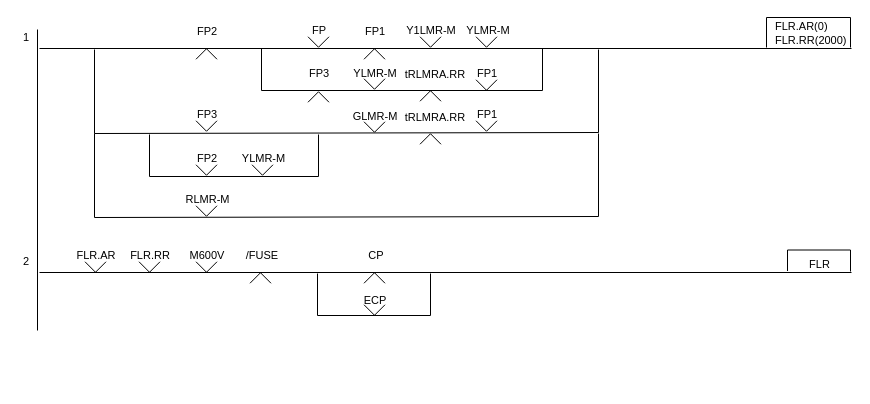
Before: page "고장정보로직" (5 of 5) of Signal/2Display-Signal-Control-Logic.drawio in chillin2/MyDraw.io, a draw.io diagram. Source tidied: cells renumbered, new cells numbered last; positions are measured from the earlier drawing's top-left corner, leaving out a move shared by most shapes. Both pictures are drawn from the tidied source at 100%, with x=0, y=0 at pixel (17, 17).
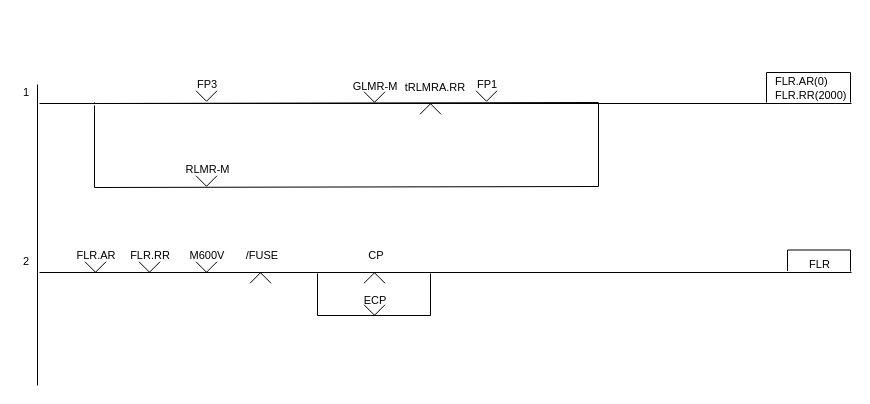
The same diagram, later.

Change to the diagram source:
```diff
@@
     <mxCell id="2" style="endArrow=none;html=1;rounded=0;" parent="1" edge="1">
       <mxGeometry relative="1" as="geometry">
-        <mxPoint x="20" y="313" as="sourcePoint" />
-        <mxPoint x="20" y="12" as="targetPoint" />
+        <mxPoint x="20" y="368" as="sourcePoint" />
+        <mxPoint x="20" y="67" as="targetPoint" />
       </mxGeometry>
     </mxCell>
     <mxCell id="3" style="endArrow=none;html=1;rounded=0;" parent="1" edge="1">
       <mxGeometry relative="1" as="geometry">
-        <mxPoint x="22" y="31" as="sourcePoint" />
-        <mxPoint x="834" y="31" as="targetPoint" />
+        <mxPoint x="22" y="86" as="sourcePoint" />
+        <mxPoint x="834" y="86" as="targetPoint" />
       </mxGeometry>
     </mxCell>
-    <mxCell id="4" value="FP2" style="text;html=1;strokeColor=none;fillColor=none;align=center;verticalAlign=middle;whiteSpace=wrap;rounded=0;fontFamily=Helvetica;fontSize=11;fontColor=default;" parent="1" vertex="1">
-      <mxGeometry x="170" y="6" width="40" height="15" as="geometry" />
-    </mxCell>
     <mxCell id="5" value="FLR.AR(0)&lt;br&gt;FLR.RR(2000)" style="text;html=1;strokeColor=none;fillColor=none;align=left;verticalAlign=middle;whiteSpace=wrap;rounded=0;fontFamily=Helvetica;fontSize=11;fontColor=default;" parent="1" vertex="1">
-      <mxGeometry x="756" y="9" width="77" height="13" as="geometry" />
+      <mxGeometry x="756" y="64" width="77" height="13" as="geometry" />
     </mxCell>
     <mxCell id="6" style="endArrow=none;html=1;rounded=0;labelBackgroundColor=default;fontFamily=Helvetica;fontSize=11;fontColor=default;startSize=3;endSize=3;sourcePerimeterSpacing=0;strokeColor=default;shape=connector;jumpStyle=none;jumpSize=6;" parent="1" edge="1">
       <mxGeometry relative="1" as="geometry">
-        <mxPoint x="749" y="30" as="sourcePoint" />
-        <mxPoint x="833" y="30" as="targetPoint" />
+        <mxPoint x="749" y="85" as="sourcePoint" />
+        <mxPoint x="833" y="85" as="targetPoint" />
         <Array as="points">
-          <mxPoint x="749" />
-          <mxPoint x="833" />
+          <mxPoint x="749" y="55" />
+          <mxPoint x="833" y="55" />
         </Array>
       </mxGeometry>
     </mxCell>
-    <mxCell id="7" style="verticalLabelPosition=bottom;html=1;verticalAlign=top;align=center;shape=mxgraph.floorplan.windowBow;strokeWidth=1;fontSize=11;direction=west;" parent="1" vertex="1">
-      <mxGeometry x="178.5" y="31" width="21" height="11" as="geometry" />
-    </mxCell>
     <mxCell id="8" value="1" style="text;html=1;strokeColor=none;fillColor=none;align=center;verticalAlign=middle;whiteSpace=wrap;rounded=0;fontFamily=Helvetica;fontSize=11;fontColor=default;" parent="1" vertex="1">
-      <mxGeometry y="12" width="18" height="16" as="geometry" />
+      <mxGeometry y="67" width="18" height="16" as="geometry" />
     </mxCell>
-    <mxCell id="9" style="endArrow=none;html=1;rounded=0;" parent="1" edge="1">
-      <mxGeometry relative="1" as="geometry">
-        <mxPoint x="244" y="31" as="sourcePoint" />
-        <mxPoint x="525" y="31" as="targetPoint" />
-        <Array as="points">
-          <mxPoint x="244" y="73" />
-          <mxPoint x="525" y="73" />
-        </Array>
-      </mxGeometry>
-    </mxCell>
-    <mxCell id="10" value="FP" style="text;html=1;strokeColor=none;fillColor=none;align=center;verticalAlign=middle;whiteSpace=wrap;rounded=0;fontFamily=Helvetica;fontSize=11;fontColor=default;" parent="1" vertex="1">
-      <mxGeometry x="282" y="5" width="40" height="15" as="geometry" />
-    </mxCell>
-    <mxCell id="11" style="verticalLabelPosition=bottom;html=1;verticalAlign=top;align=center;shape=mxgraph.floorplan.windowBow;strokeWidth=1;fontSize=11;" parent="1" vertex="1">
-      <mxGeometry x="290.5" y="19" width="21" height="11" as="geometry" />
-    </mxCell>
-    <mxCell id="12" value="FP1" style="text;html=1;strokeColor=none;fillColor=none;align=center;verticalAlign=middle;whiteSpace=wrap;rounded=0;fontFamily=Helvetica;fontSize=11;fontColor=default;" parent="1" vertex="1">
-      <mxGeometry x="338" y="6" width="40" height="15" as="geometry" />
-    </mxCell>
-    <mxCell id="13" style="verticalLabelPosition=bottom;html=1;verticalAlign=top;align=center;shape=mxgraph.floorplan.windowBow;strokeWidth=1;fontSize=11;direction=west;" parent="1" vertex="1">
-      <mxGeometry x="346.5" y="31" width="21" height="11" as="geometry" />
-    </mxCell>
-    <mxCell id="14" value="Y1LMR-M" style="text;html=1;strokeColor=none;fillColor=none;align=center;verticalAlign=middle;whiteSpace=wrap;rounded=0;fontFamily=Helvetica;fontSize=11;fontColor=default;" parent="1" vertex="1">
-      <mxGeometry x="387" y="5" width="54" height="15" as="geometry" />
-    </mxCell>
-    <mxCell id="15" style="verticalLabelPosition=bottom;html=1;verticalAlign=top;align=center;shape=mxgraph.floorplan.windowBow;strokeWidth=1;fontSize=11;" parent="1" vertex="1">
-      <mxGeometry x="402.5" y="19" width="21" height="11" as="geometry" />
-    </mxCell>
-    <mxCell id="16" value="YLMR-M" style="text;html=1;strokeColor=none;fillColor=none;align=center;verticalAlign=middle;whiteSpace=wrap;rounded=0;fontFamily=Helvetica;fontSize=11;fontColor=default;" parent="1" vertex="1">
-      <mxGeometry x="444" y="5" width="54" height="15" as="geometry" />
-    </mxCell>
-    <mxCell id="17" style="verticalLabelPosition=bottom;html=1;verticalAlign=top;align=center;shape=mxgraph.floorplan.windowBow;strokeWidth=1;fontSize=11;" parent="1" vertex="1">
-      <mxGeometry x="458.5" y="19" width="21" height="11" as="geometry" />
-    </mxCell>
-    <mxCell id="18" value="FP3" style="text;html=1;strokeColor=none;fillColor=none;align=center;verticalAlign=middle;whiteSpace=wrap;rounded=0;fontFamily=Helvetica;fontSize=11;fontColor=default;" parent="1" vertex="1">
-      <mxGeometry x="282" y="48" width="40" height="15" as="geometry" />
-    </mxCell>
-    <mxCell id="19" style="verticalLabelPosition=bottom;html=1;verticalAlign=top;align=center;shape=mxgraph.floorplan.windowBow;strokeWidth=1;fontSize=11;direction=west;" parent="1" vertex="1">
-      <mxGeometry x="290.5" y="74" width="21" height="11" as="geometry" />
-    </mxCell>
-    <mxCell id="20" value="YLMR-M" style="text;html=1;strokeColor=none;fillColor=none;align=center;verticalAlign=middle;whiteSpace=wrap;rounded=0;fontFamily=Helvetica;fontSize=11;fontColor=default;" parent="1" vertex="1">
-      <mxGeometry x="331" y="48" width="54" height="15" as="geometry" />
-    </mxCell>
-    <mxCell id="21" style="verticalLabelPosition=bottom;html=1;verticalAlign=top;align=center;shape=mxgraph.floorplan.windowBow;strokeWidth=1;fontSize=11;" parent="1" vertex="1">
-      <mxGeometry x="346.5" y="61" width="21" height="11" as="geometry" />
-    </mxCell>
-    <mxCell id="22" value="tRLMRA.RR" style="text;html=1;strokeColor=none;fillColor=none;align=center;verticalAlign=middle;whiteSpace=wrap;rounded=0;fontFamily=Helvetica;fontSize=11;fontColor=default;" parent="1" vertex="1">
-      <mxGeometry x="398" y="49" width="40" height="15" as="geometry" />
-    </mxCell>
-    <mxCell id="23" style="verticalLabelPosition=bottom;html=1;verticalAlign=top;align=center;shape=mxgraph.floorplan.windowBow;strokeWidth=1;fontSize=11;direction=west;" parent="1" vertex="1">
-      <mxGeometry x="402.5" y="73" width="21" height="11" as="geometry" />
-    </mxCell>
-    <mxCell id="24" value="FP1" style="text;html=1;strokeColor=none;fillColor=none;align=center;verticalAlign=middle;whiteSpace=wrap;rounded=0;fontFamily=Helvetica;fontSize=11;fontColor=default;" parent="1" vertex="1">
-      <mxGeometry x="450" y="48" width="40" height="15" as="geometry" />
-    </mxCell>
-    <mxCell id="25" style="verticalLabelPosition=bottom;html=1;verticalAlign=top;align=center;shape=mxgraph.floorplan.windowBow;strokeWidth=1;fontSize=11;" parent="1" vertex="1">
-      <mxGeometry x="458.5" y="62" width="21" height="11" as="geometry" />
-    </mxCell>
     <mxCell id="26" style="endArrow=none;html=1;rounded=0;" parent="1" edge="1">
       <mxGeometry relative="1" as="geometry">
-        <mxPoint x="77" y="32" as="sourcePoint" />
-        <mxPoint x="581" y="32" as="targetPoint" />
+        <mxPoint x="77" y="85" as="sourcePoint" />
+        <mxPoint x="581" y="85" as="targetPoint" />
         <Array as="points">
-          <mxPoint x="77" y="116" />
-          <mxPoint x="581" y="115" />
+          <mxPoint x="77" y="86" />
+          <mxPoint x="581" y="85" />
         </Array>
       </mxGeometry>
     </mxCell>
     <mxCell id="27" value="FP3" style="text;html=1;strokeColor=none;fillColor=none;align=center;verticalAlign=middle;whiteSpace=wrap;rounded=0;fontFamily=Helvetica;fontSize=11;fontColor=default;" parent="1" vertex="1">
-      <mxGeometry x="170" y="89" width="40" height="15" as="geometry" />
+      <mxGeometry x="170" y="59" width="40" height="15" as="geometry" />
     </mxCell>
     <mxCell id="28" style="verticalLabelPosition=bottom;html=1;verticalAlign=top;align=center;shape=mxgraph.floorplan.windowBow;strokeWidth=1;fontSize=11;" parent="1" vertex="1">
-      <mxGeometry x="178.5" y="103" width="21" height="11" as="geometry" />
+      <mxGeometry x="178.5" y="73" width="21" height="11" as="geometry" />
     </mxCell>
     <mxCell id="29" value="GLMR-M" style="text;html=1;strokeColor=none;fillColor=none;align=center;verticalAlign=middle;whiteSpace=wrap;rounded=0;fontFamily=Helvetica;fontSize=11;fontColor=default;" parent="1" vertex="1">
-      <mxGeometry x="331" y="91" width="54" height="15" as="geometry" />
+      <mxGeometry x="331" y="61" width="54" height="15" as="geometry" />
     </mxCell>
     <mxCell id="30" style="verticalLabelPosition=bottom;html=1;verticalAlign=top;align=center;shape=mxgraph.floorplan.windowBow;strokeWidth=1;fontSize=11;" parent="1" vertex="1">
-      <mxGeometry x="346.5" y="104" width="21" height="11" as="geometry" />
+      <mxGeometry x="346.5" y="74" width="21" height="11" as="geometry" />
     </mxCell>
     <mxCell id="31" value="tRLMRA.RR" style="text;html=1;strokeColor=none;fillColor=none;align=center;verticalAlign=middle;whiteSpace=wrap;rounded=0;fontFamily=Helvetica;fontSize=11;fontColor=default;" parent="1" vertex="1">
-      <mxGeometry x="398" y="92" width="40" height="15" as="geometry" />
+      <mxGeometry x="398" y="62" width="40" height="15" as="geometry" />
     </mxCell>
     <mxCell id="32" style="verticalLabelPosition=bottom;html=1;verticalAlign=top;align=center;shape=mxgraph.floorplan.windowBow;strokeWidth=1;fontSize=11;direction=west;" parent="1" vertex="1">
-      <mxGeometry x="402.5" y="116" width="21" height="11" as="geometry" />
+      <mxGeometry x="402.5" y="86" width="21" height="11" as="geometry" />
     </mxCell>
     <mxCell id="33" value="FP1" style="text;html=1;strokeColor=none;fillColor=none;align=center;verticalAlign=middle;whiteSpace=wrap;rounded=0;fontFamily=Helvetica;fontSize=11;fontColor=default;" parent="1" vertex="1">
-      <mxGeometry x="450" y="89" width="40" height="15" as="geometry" />
+      <mxGeometry x="450" y="59" width="40" height="15" as="geometry" />
     </mxCell>
     <mxCell id="34" style="verticalLabelPosition=bottom;html=1;verticalAlign=top;align=center;shape=mxgraph.floorplan.windowBow;strokeWidth=1;fontSize=11;" parent="1" vertex="1">
-      <mxGeometry x="458.5" y="103" width="21" height="11" as="geometry" />
+      <mxGeometry x="458.5" y="73" width="21" height="11" as="geometry" />
     </mxCell>
-    <mxCell id="35" style="endArrow=none;html=1;rounded=0;" parent="1" edge="1">
-      <mxGeometry relative="1" as="geometry">
-        <mxPoint x="132" y="117" as="sourcePoint" />
-        <mxPoint x="301" y="117" as="targetPoint" />
-        <Array as="points">
-          <mxPoint x="132" y="159" />
-          <mxPoint x="301" y="159" />
-        </Array>
-      </mxGeometry>
-    </mxCell>
-    <mxCell id="36" value="FP2" style="text;html=1;strokeColor=none;fillColor=none;align=center;verticalAlign=middle;whiteSpace=wrap;rounded=0;fontFamily=Helvetica;fontSize=11;fontColor=default;" parent="1" vertex="1">
-      <mxGeometry x="170" y="133" width="40" height="15" as="geometry" />
-    </mxCell>
-    <mxCell id="37" style="verticalLabelPosition=bottom;html=1;verticalAlign=top;align=center;shape=mxgraph.floorplan.windowBow;strokeWidth=1;fontSize=11;" parent="1" vertex="1">
-      <mxGeometry x="178.5" y="147" width="21" height="11" as="geometry" />
-    </mxCell>
-    <mxCell id="38" value="YLMR-M" style="text;html=1;strokeColor=none;fillColor=none;align=center;verticalAlign=middle;whiteSpace=wrap;rounded=0;fontFamily=Helvetica;fontSize=11;fontColor=default;" parent="1" vertex="1">
-      <mxGeometry x="223" y="133" width="47" height="15" as="geometry" />
-    </mxCell>
-    <mxCell id="39" style="verticalLabelPosition=bottom;html=1;verticalAlign=top;align=center;shape=mxgraph.floorplan.windowBow;strokeWidth=1;fontSize=11;" parent="1" vertex="1">
-      <mxGeometry x="234.5" y="147" width="21" height="11" as="geometry" />
-    </mxCell>
     <mxCell id="40" style="endArrow=none;html=1;rounded=0;" parent="1" edge="1">
       <mxGeometry relative="1" as="geometry">
-        <mxPoint x="77" y="116" as="sourcePoint" />
-        <mxPoint x="581" y="116" as="targetPoint" />
+        <mxPoint x="77" y="88" as="sourcePoint" />
+        <mxPoint x="581" y="86" as="targetPoint" />
         <Array as="points">
-          <mxPoint x="77" y="200" />
-          <mxPoint x="581" y="199" />
+          <mxPoint x="77" y="170" />
+          <mxPoint x="581" y="169" />
         </Array>
       </mxGeometry>
     </mxCell>
     <mxCell id="41" value="RLMR-M" style="text;html=1;strokeColor=none;fillColor=none;align=center;verticalAlign=middle;whiteSpace=wrap;rounded=0;fontFamily=Helvetica;fontSize=11;fontColor=default;" parent="1" vertex="1">
-      <mxGeometry x="167" y="174" width="47" height="15" as="geometry" />
+      <mxGeometry x="167" y="144" width="47" height="15" as="geometry" />
     </mxCell>
     <mxCell id="42" style="verticalLabelPosition=bottom;html=1;verticalAlign=top;align=center;shape=mxgraph.floorplan.windowBow;strokeWidth=1;fontSize=11;" parent="1" vertex="1">
-      <mxGeometry x="178.5" y="188" width="21" height="11" as="geometry" />
+      <mxGeometry x="178.5" y="158" width="21" height="11" as="geometry" />
     </mxCell>
```
